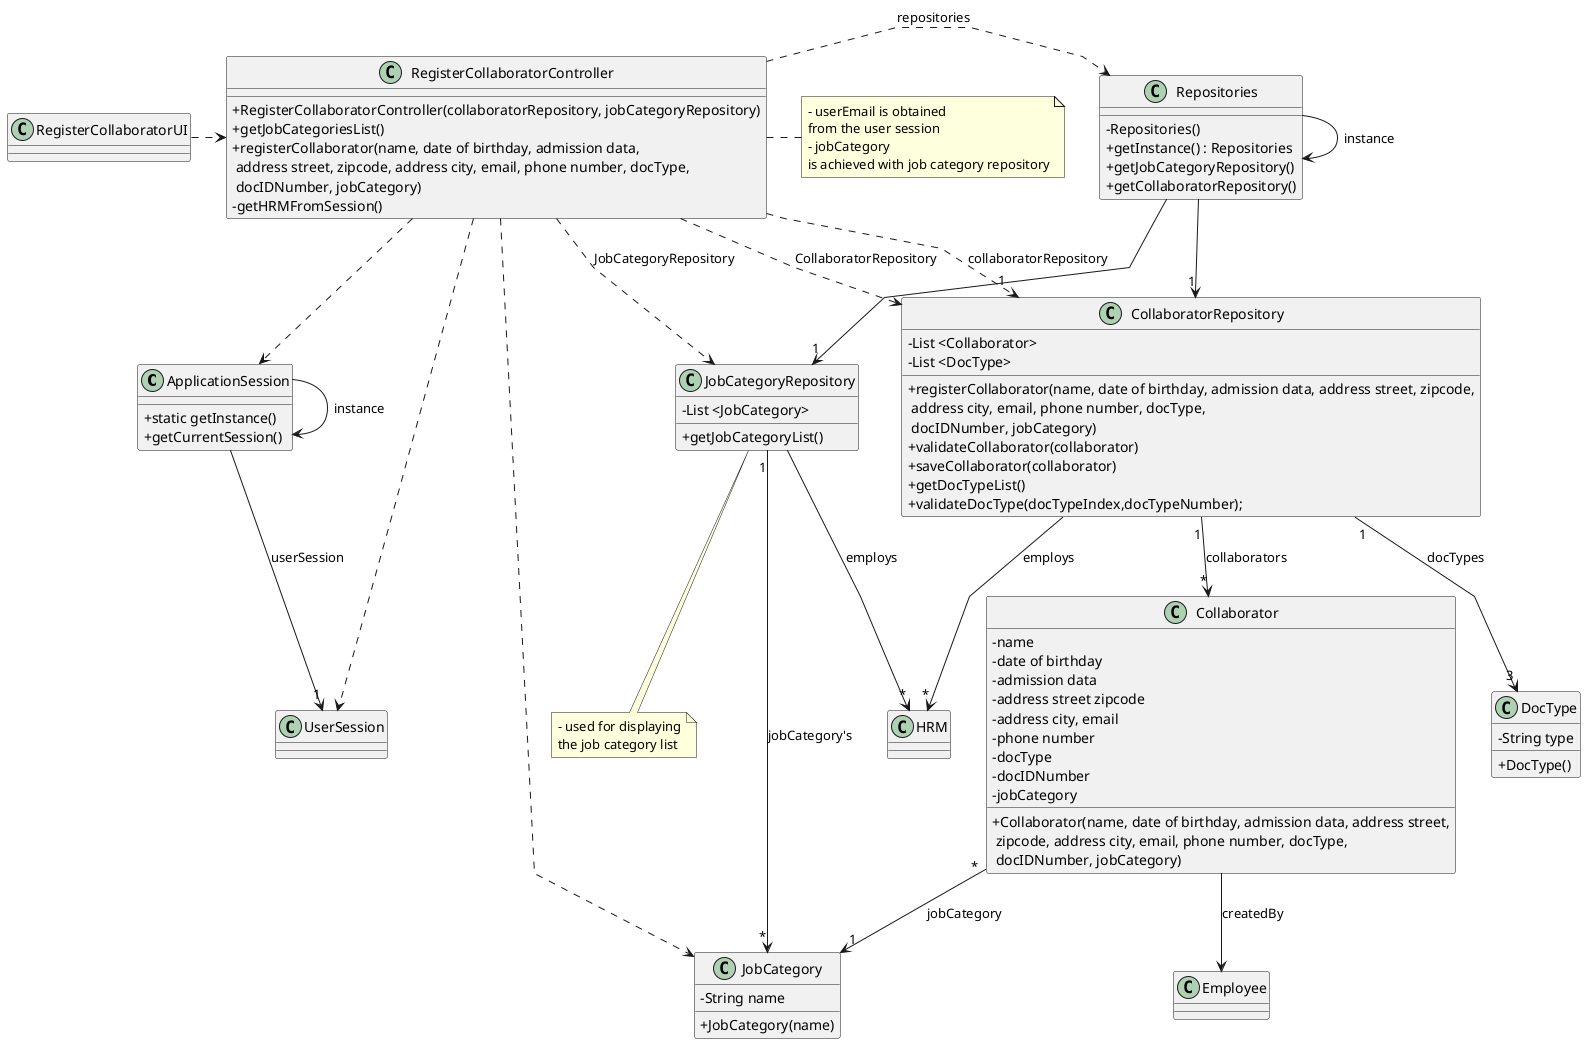
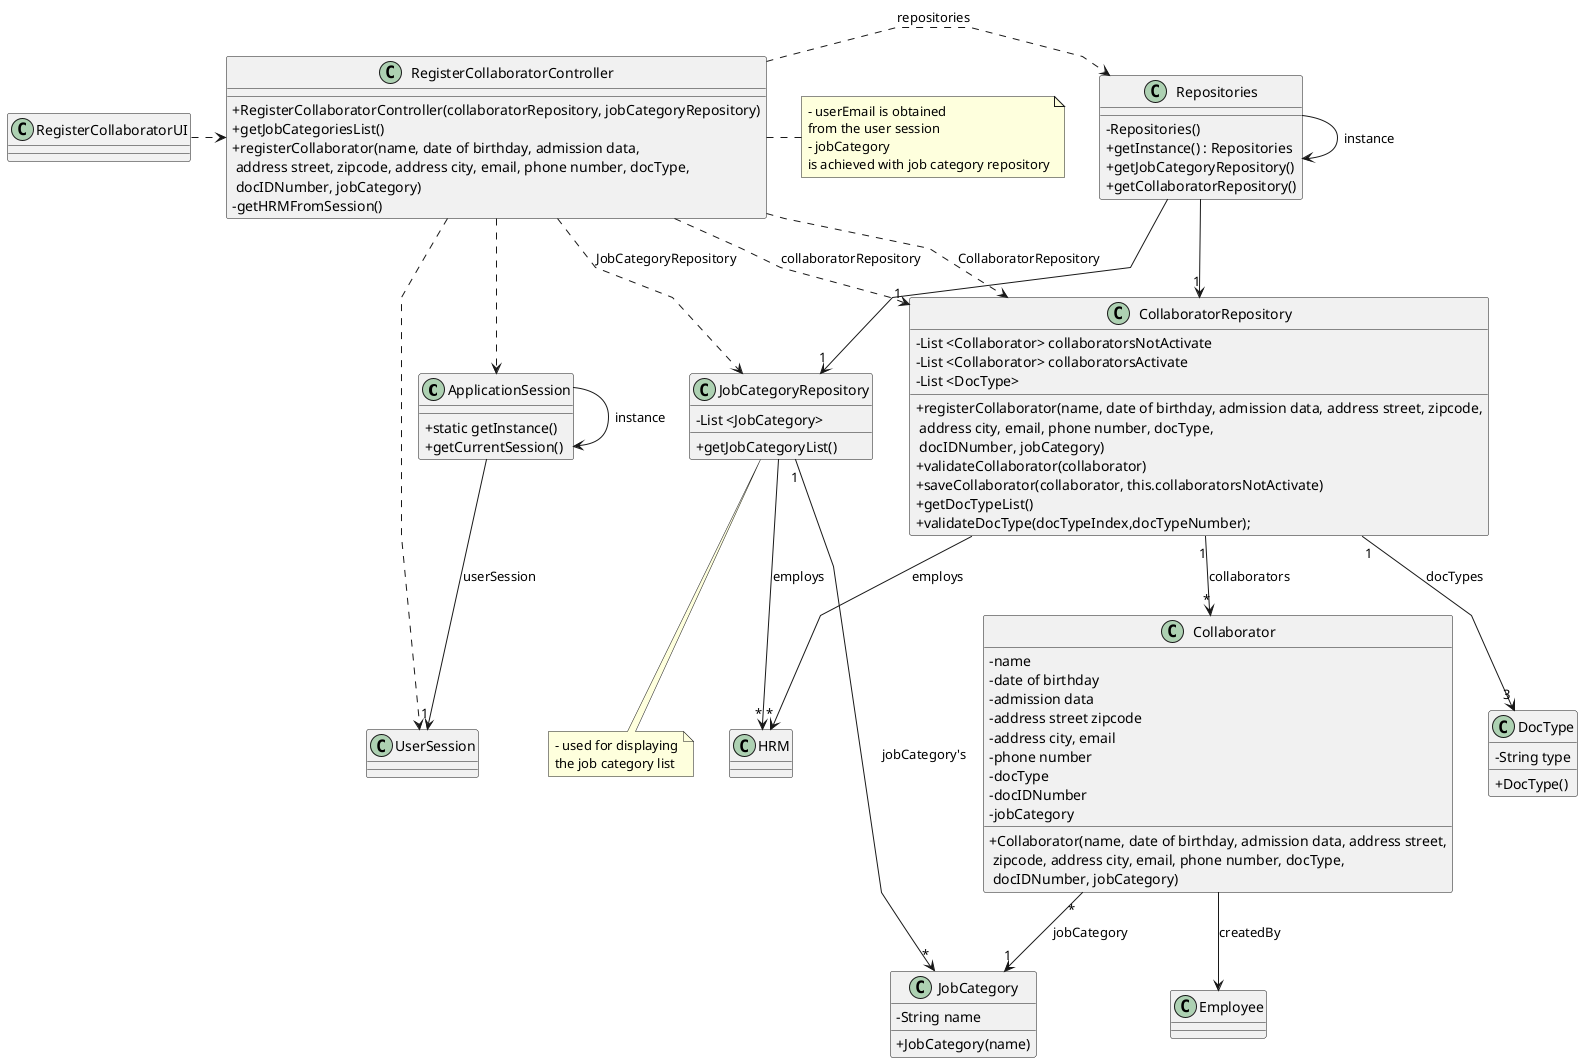
@startuml
'skinparam monochrome true
skinparam packageStyle rectangle
skinparam shadowing false
skinparam linetype polyline
'skinparam linetype orto

skinparam classAttributeIconSize 0

'left to right direction

class ApplicationSession{
    + static getInstance()
    + getCurrentSession()
}

class UserSession{
}

class HRM {
}

class Collaborator {
    - name
    - date of birthday
    - admission data
    - address street zipcode
    - address city, email
    - phone number
    - docType
    - docIDNumber
    - jobCategory

    + Collaborator(name, date of birthday, admission data, address street,\n zipcode, address city, email, phone number, docType,\n docIDNumber, jobCategory)
}

class JobCategory {
    - String name
    + JobCategory(name)
}

class CollaboratorRepository {
-     - List <Collaborator>
+     - List <Collaborator> collaboratorsNotActivate
+     - List <Collaborator> collaboratorsActivate
    - List <DocType>
    + registerCollaborator(name, date of birthday, admission data, address street, zipcode,\n address city, email, phone number, docType,\n docIDNumber, jobCategory)
    + validateCollaborator(collaborator)
-     + saveCollaborator(collaborator)
+     + saveCollaborator(collaborator, this.collaboratorsNotActivate)
    + getDocTypeList()
    + validateDocType(docTypeIndex,docTypeNumber);
}

class DocType{
    -String type
    +DocType()
}

class JobCategoryRepository {
    - List <JobCategory>
    + getJobCategoryList()
}


class Repositories {
    - Repositories()
    + getInstance() : Repositories
    + getJobCategoryRepository()
    + getCollaboratorRepository()
}

class RegisterCollaboratorController {
    + RegisterCollaboratorController(collaboratorRepository, jobCategoryRepository)
    + getJobCategoriesList()
    + registerCollaborator(name, date of birthday, admission data,\n address street, zipcode, address city, email, phone number, docType,\n docIDNumber, jobCategory)
    - getHRMFromSession()
}

note right of RegisterCollaboratorController
    - userEmail is obtained
    from the user session
    - jobCategory
    is achieved with job category repository
end note

note bottom of JobCategoryRepository
    - used for displaying
    the job category list
end note

class RegisterCollaboratorUI {
}

Repositories -> Repositories : instance
ApplicationSession -> ApplicationSession : instance

RegisterCollaboratorUI .> RegisterCollaboratorController

RegisterCollaboratorController .> Repositories : repositories

Repositories -> "1" JobCategoryRepository

- RegisterCollaboratorController ..> JobCategory
RegisterCollaboratorController ..> CollaboratorRepository : CollaboratorRepository
RegisterCollaboratorController ..> JobCategoryRepository : JobCategoryRepository

Repositories --> "1" CollaboratorRepository

ApplicationSession --> "1" UserSession : userSession
RegisterCollaboratorController ..> "1" CollaboratorRepository : collaboratorRepository
RegisterCollaboratorController ..> ApplicationSession
RegisterCollaboratorController ..> UserSession
Collaborator "*" --> "1" JobCategory : jobCategory
JobCategoryRepository "1" --> "*" JobCategory : jobCategory's
CollaboratorRepository "1" --> "*" Collaborator : collaborators
CollaboratorRepository "1" --> "3" DocType : docTypes
Collaborator --> Employee : createdBy

CollaboratorRepository --> "*" HRM : employs
JobCategoryRepository --> "*" HRM : employs


@enduml